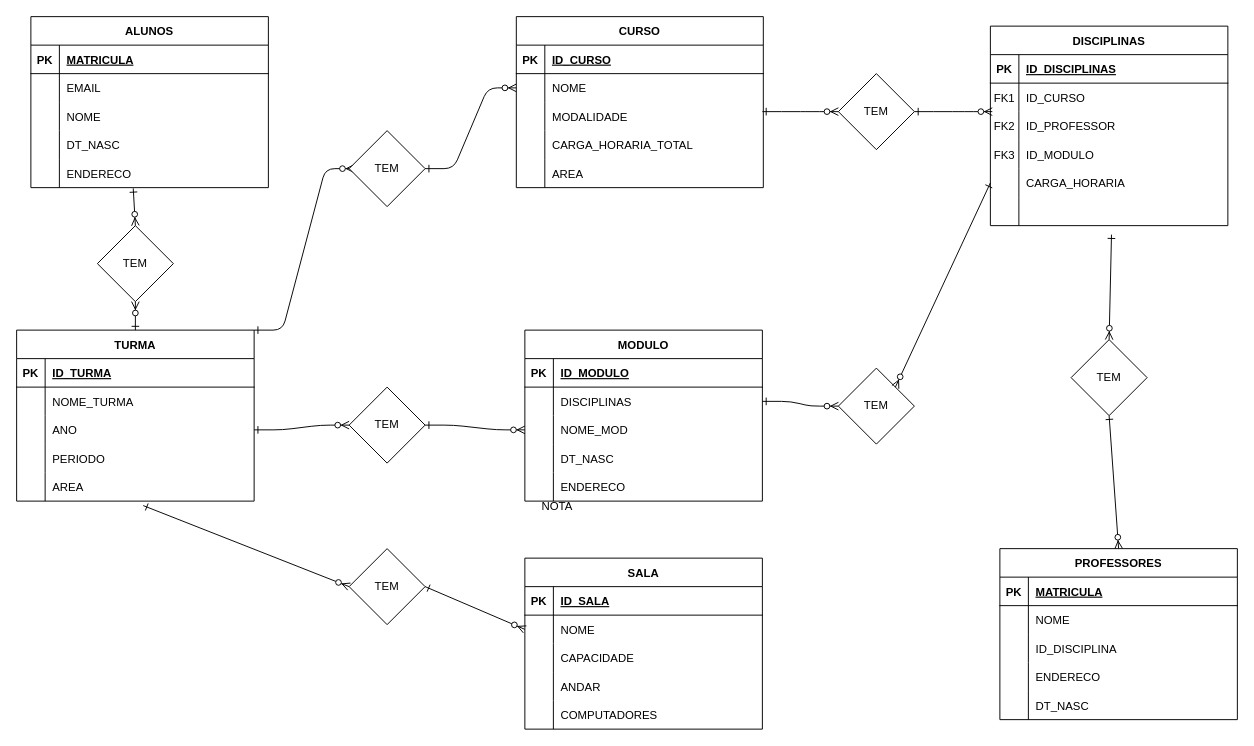
adrianopspadilha/BDR-W keeps this draw.io diagram as Diagrama sem nome.drawio. Above is the earlier version. Source tidied: cells renumbered, new cells numbered last; positions are measured from the earlier drawing's top-left corner, leaving out a move shared by most shapes. Both pictures are drawn from the tidied source at 95%, with x=0, y=0 at pixel (16, 16).
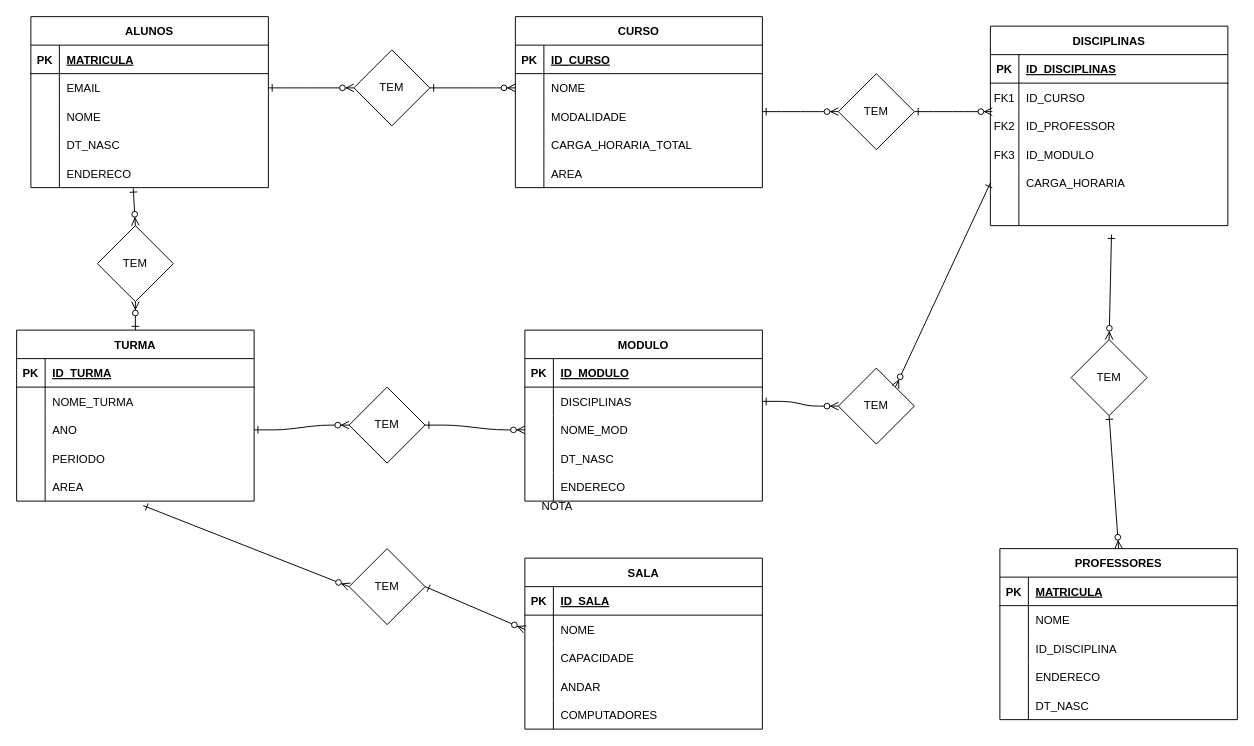
The same diagram, later.

The change refers to these unchanged cells:
```xml
<mxCell id="43" style="shape=partialRectangle;fillColor=none;points=[[0,0.5],[1,0.5]];portConstraint=eastwest;top=0;left=0;right=0;bottom=0;" parent="39" vertex="1">
  <mxGeometry y="60" width="250" height="30" as="geometry" />
</mxCell>
<mxCell id="72" value="TURMA" style="shape=table;startSize=30;childLayout=tableLayout;rowLines=0;fontStyle=1;align=center;" parent="1" vertex="1">
  <mxGeometry y="330" width="250" height="180" as="geometry" />
</mxCell>
```

Change to the diagram source:
```diff
@@
     <mxCell id="4" value="CURSO" style="shape=table;startSize=30;childLayout=tableLayout;rowLines=0;fontStyle=1;align=center;" parent="1" vertex="1">
-      <mxGeometry x="526" width="260" height="180" as="geometry" />
+      <mxGeometry x="525" width="260" height="180" as="geometry" />
     </mxCell>
@@
-    <mxCell id="129" style="edgeStyle=entityRelationEdgeStyle;endArrow=ERzeroToMany;startArrow=ERone;endFill=1;startFill=0;exitX=1;exitY=0;exitDx=0;exitDy=0;" parent="1" edge="1" source="72">
+    <mxCell id="129" style="edgeStyle=entityRelationEdgeStyle;endArrow=ERzeroToMany;startArrow=ERone;endFill=1;startFill=0;exitX=1;exitY=0.5;exitDx=0;exitDy=0;entryX=0;entryY=0.5;entryDx=0;entryDy=0;" parent="1" edge="1" source="43" target="130">
       <mxGeometry relative="1" as="geometry">
-        <mxPoint x="355" y="160" as="targetPoint" />
         <Array as="points">
-          <mxPoint x="340" y="295" />
+          <mxPoint x="355" y="70" />
         </Array>
       </mxGeometry>
     </mxCell>
     <mxCell id="130" value="TEM" style="rhombus;whiteSpace=wrap;html=1;" parent="1" vertex="1">
-      <mxGeometry x="350" y="120" width="80" height="80" as="geometry" />
+      <mxGeometry x="355" y="35" width="80" height="80" as="geometry" />
     </mxCell>
```
